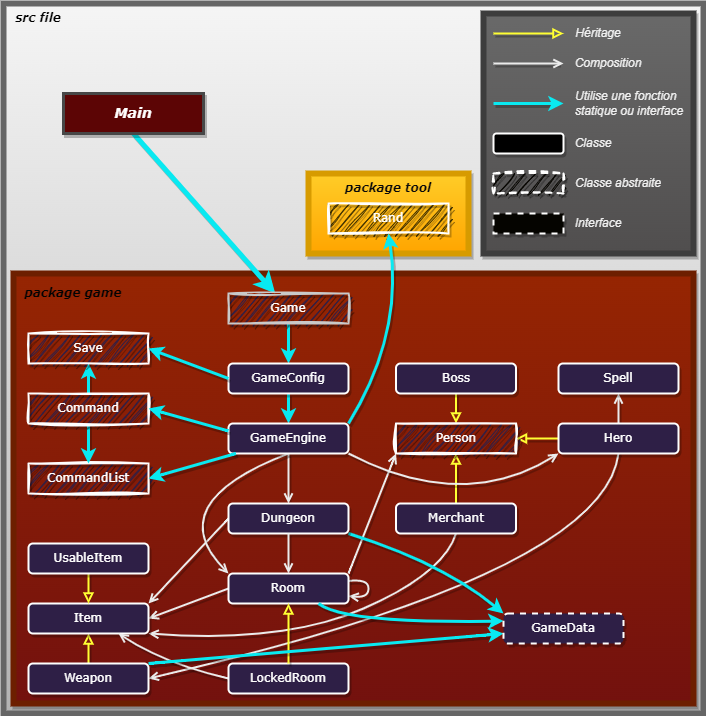
This is Java_RPG/doc/diagram.drawio.png from Vivien-Parsis/Jeux-rpg, a draw.io export, as it was before one commit. Source tidied: cells renumbered, new cells last; positions are measured from the earlier drawing's top-left corner, leaving out a move shared by most shapes.
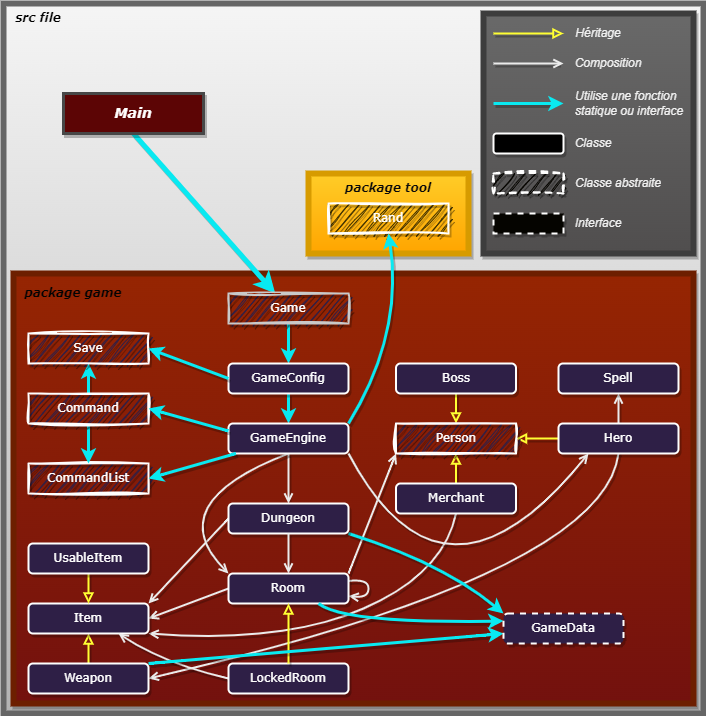
Above is the later version.

The edit, as a diff of the source:
```diff
@@ -231,17 +231,6 @@
     <mxCell id="64" value="Classe abstraite" style="text;html=1;strokeColor=none;fillColor=none;align=center;verticalAlign=middle;whiteSpace=wrap;rounded=0;fontSize=12;fontStyle=2;fontColor=#F0F0F0;rotation=0;shadow=1;" parent="1" vertex="1">
       <mxGeometry x="570" y="170" width="90" height="20" as="geometry" />
     </mxCell>
-    <mxCell id="65" value="Merchant" style="rounded=1;whiteSpace=wrap;html=1;fillStyle=auto;fillColor=#2E1F46;fontFamily=Verdana;fontColor=#ffffff;strokeWidth=2;strokeColor=#ffffff;shadow=1;" parent="1" vertex="1">
-      <mxGeometry x="392.5" y="500" width="120" height="30" as="geometry" />
-    </mxCell>
-    <mxCell id="66" style="edgeStyle=none;html=1;entryX=0;entryY=1;entryDx=0;entryDy=0;curved=1;fontColor=#FFFAFA;strokeColor=#EBEBEB;strokeWidth=2;exitX=1;exitY=1;exitDx=0;exitDy=0;endArrow=open;endFill=0;shadow=1;" parent="1" edge="1" target="34">
-      <mxGeometry relative="1" as="geometry">
-        <mxPoint x="345" y="450" as="sourcePoint" />
-        <Array as="points">
-          <mxPoint x="460" y="510" />
-        </Array>
-      </mxGeometry>
-    </mxCell>
     <mxCell id="67" style="edgeStyle=none;html=1;entryX=0.75;entryY=1;entryDx=0;entryDy=0;endArrow=none;strokeColor=#09e9f1;fontColor=#FFFAFA;strokeWidth=3;endFill=0;shadow=1;startArrow=classic;startFill=1;curved=1;exitX=0;exitY=0.25;exitDx=0;exitDy=0;" parent="1" edge="1" source="69" target="39">
       <mxGeometry relative="1" as="geometry">
         <Array as="points">
@@ -264,5 +253,16 @@
     <mxCell id="72" style="rounded=0;whiteSpace=wrap;html=1;dashed=1;fillStyle=auto;fillColor=#050400;fontFamily=Verdana;fontColor=#ffffff;strokeColor=#ffffff;strokeWidth=2;shadow=1;sketch=1;curveFitting=1;jiggle=2;" parent="1" vertex="1">
       <mxGeometry x="490" y="170" width="70" height="20" as="geometry" />
     </mxCell>
+    <mxCell id="73" style="edgeStyle=none;html=1;entryX=0.25;entryY=1;entryDx=0;entryDy=0;curved=1;fontColor=#FFFAFA;strokeColor=#EBEBEB;strokeWidth=2;exitX=1;exitY=1;exitDx=0;exitDy=0;endArrow=open;endFill=0;shadow=1;startArrow=none;startFill=0;" parent="1" edge="1" target="34">
+      <mxGeometry relative="1" as="geometry">
+        <mxPoint x="345" y="450" as="sourcePoint" />
+        <Array as="points">
+          <mxPoint x="440" y="630" />
+        </Array>
+      </mxGeometry>
+    </mxCell>
+    <mxCell id="65" value="Merchant" style="rounded=1;whiteSpace=wrap;html=1;fillStyle=auto;fillColor=#2E1F46;fontFamily=Verdana;fontColor=#ffffff;strokeWidth=2;strokeColor=#ffffff;shadow=1;" parent="1" vertex="1">
+      <mxGeometry x="392.5" y="480" width="120" height="30" as="geometry" />
+    </mxCell>
   </root>
 </mxGraphModel>
```
